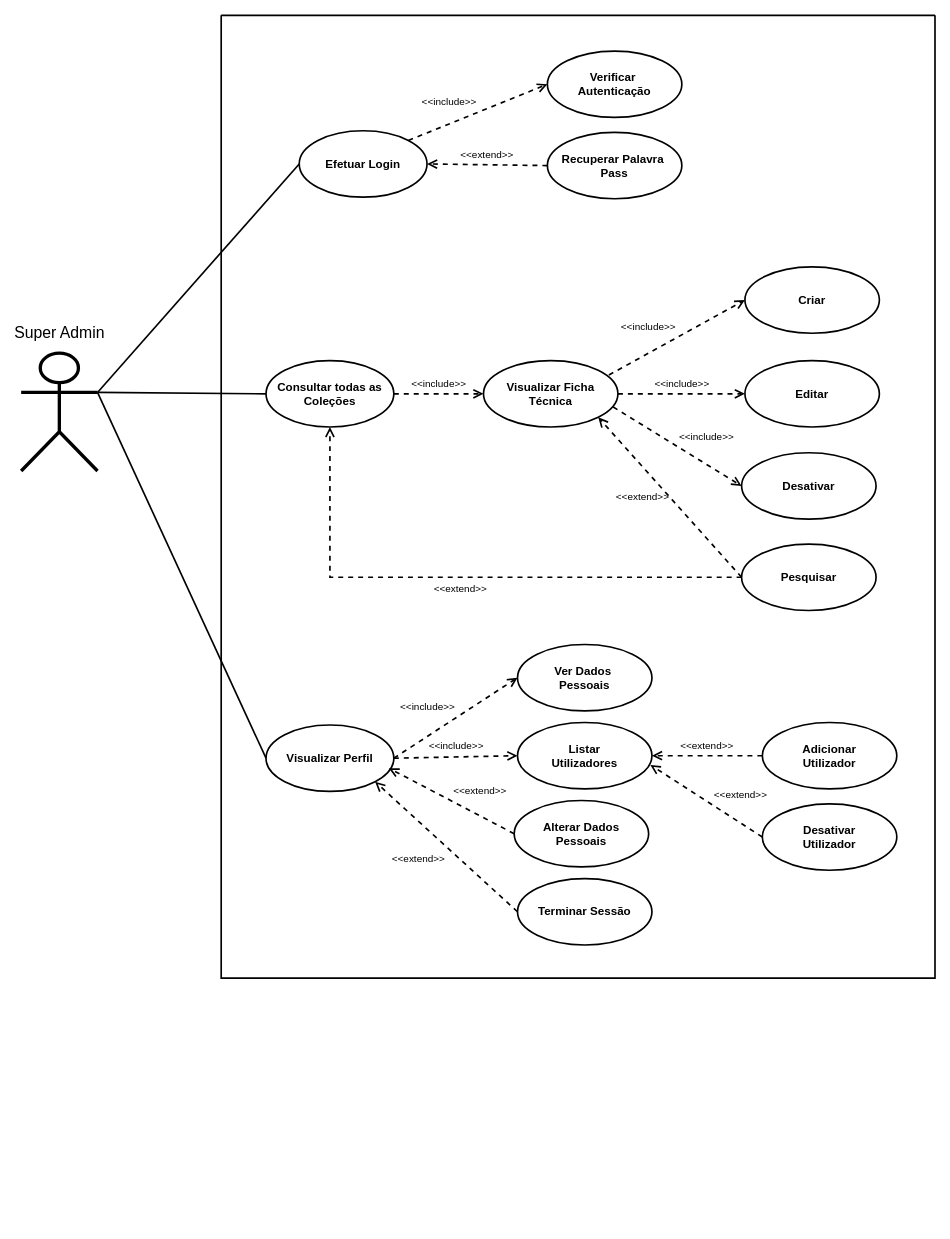
Above: EstirpesUseCases_SuperAdmin.drawio in CarvalhoDaStreet/Diagrams (draw.io), before the change. Source tidied: cells renumbered, new cells numbered last; positions are measured from the earlier drawing's top-left corner, leaving out a move shared by most shapes. Both pictures are drawn from the tidied source at 83%, with x=0, y=0 at pixel (21, 15).
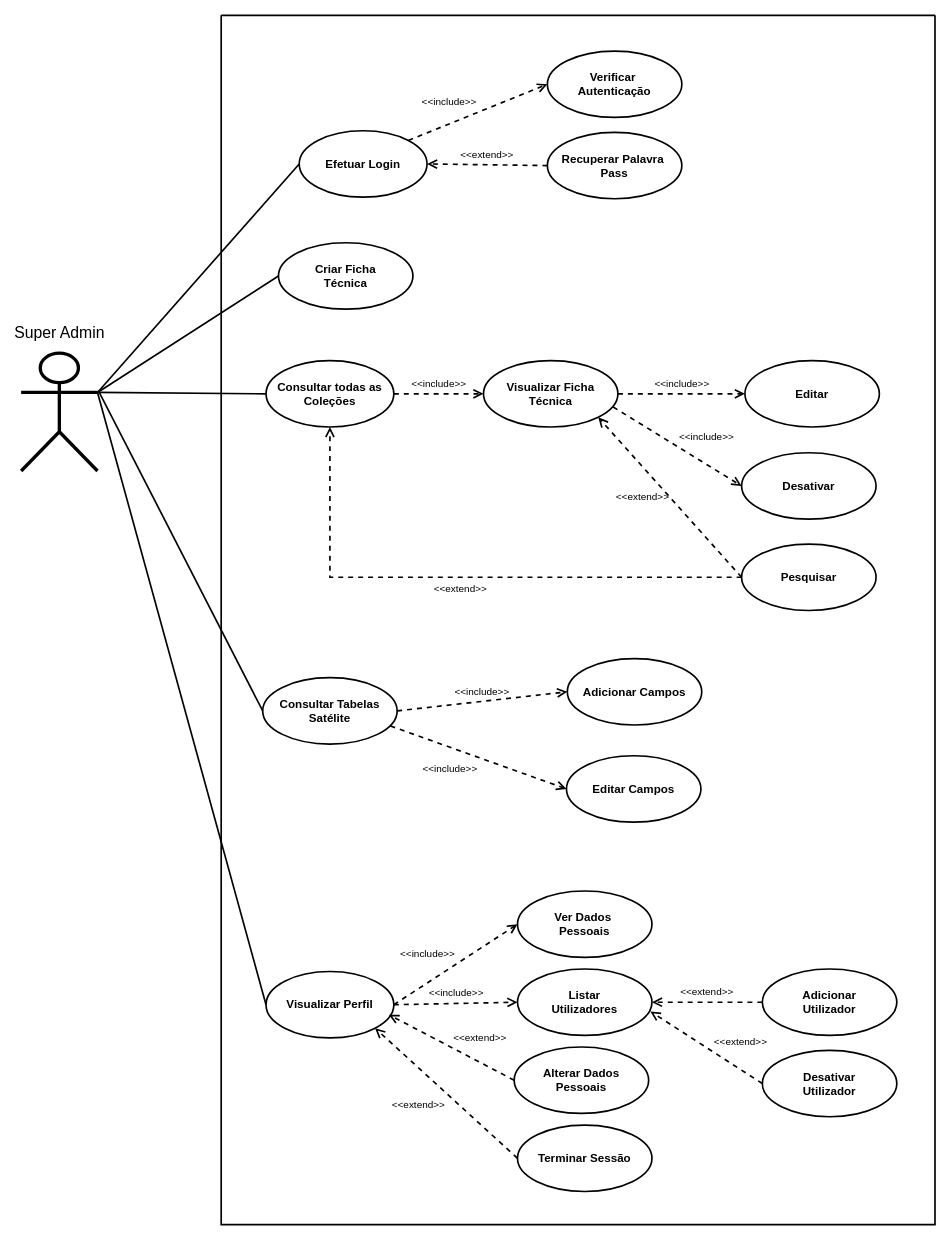
The same page after the edit.

Unchanged cells that the change refers to:
```xml
<mxCell id="28" value="&lt;div&gt;Visualizar Ficha&lt;/div&gt;&lt;div&gt;Técnica&lt;/div&gt;" style="ellipse;whiteSpace=wrap;html=1;fillColor=none;strokeWidth=2;fontSize=14;fontStyle=1;labelBackgroundColor=none;" parent="2" vertex="1">
  <mxGeometry x="316" y="416" width="162" height="80" as="geometry" />
</mxCell>
<mxCell id="33" value="Super Admin" style="shape=umlActor;verticalLabelPosition=top;verticalAlign=bottom;html=1;outlineConnect=0;strokeWidth=4;labelPosition=center;align=center;spacingTop=3;spacingBottom=4;fontSize=19;fontStyle=0;spacing=8;perimeterSpacing=0;labelBackgroundColor=none;labelBorderColor=none;fillColor=none;" parent="1" vertex="1">
  <mxGeometry y="407" width="92" height="142" as="geometry" />
</mxCell>
```

Change to the diagram source:
```diff
@@
     <mxCell id="2" style="swimlane;startSize=0;strokeWidth=2;rounded=1;swimlaneLine=0;fillColor=none;labelBackgroundColor=none;perimeterSpacing=2;" parent="1" vertex="1">
-      <mxGeometry x="241" width="860" height="1160" as="geometry" />
+      <mxGeometry x="241" width="860" height="1457" as="geometry" />
     </mxCell>
     <mxCell id="3" value="Visualizar Perfil" style="ellipse;whiteSpace=wrap;html=1;fillColor=none;strokeWidth=2;fontSize=14;fontStyle=1;labelBackgroundColor=none;" parent="2" vertex="1">
-      <mxGeometry x="54" y="855" width="154" height="80" as="geometry" />
+      <mxGeometry x="54" y="1152" width="154" height="80" as="geometry" />
     </mxCell>
     <mxCell id="4" value="Ver Dados&amp;nbsp;&lt;div&gt;Pessoais&lt;/div&gt;" style="ellipse;whiteSpace=wrap;html=1;fillColor=none;strokeWidth=2;fontSize=14;fontStyle=1;labelBackgroundColor=none;" parent="2" vertex="1">
-      <mxGeometry x="357" y="758" width="162" height="80" as="geometry" />
+      <mxGeometry x="357" y="1055" width="162" height="80" as="geometry" />
     </mxCell>
@@
     <mxCell id="6" value="Listar&lt;div&gt;Utilizadores&lt;/div&gt;" style="ellipse;whiteSpace=wrap;html=1;fillColor=none;strokeWidth=2;fontSize=14;fontStyle=1;labelBackgroundColor=none;" parent="2" vertex="1">
-      <mxGeometry x="357" y="852" width="162" height="80" as="geometry" />
+      <mxGeometry x="357" y="1149" width="162" height="80" as="geometry" />
     </mxCell>
@@
     <mxCell id="8" value="Alterar Dados&lt;div&gt;Pessoais&lt;/div&gt;" style="ellipse;whiteSpace=wrap;html=1;fillColor=none;strokeWidth=2;fontSize=14;fontStyle=1;labelBackgroundColor=none;" parent="2" vertex="1">
-      <mxGeometry x="353" y="946" width="162" height="80" as="geometry" />
+      <mxGeometry x="353" y="1243" width="162" height="80" as="geometry" />
     </mxCell>
@@
     <mxCell id="10" value="Terminar Sessão" style="ellipse;whiteSpace=wrap;html=1;fillColor=none;strokeWidth=2;fontSize=14;fontStyle=1;labelBackgroundColor=none;" parent="2" vertex="1">
-      <mxGeometry x="357" y="1040" width="162" height="80" as="geometry" />
+      <mxGeometry x="357" y="1337" width="162" height="80" as="geometry" />
     </mxCell>
@@
     <mxCell id="12" value="Adicionar&lt;div&gt;Utilizador&lt;/div&gt;" style="ellipse;whiteSpace=wrap;html=1;fillColor=none;strokeWidth=2;fontSize=14;fontStyle=1;labelBackgroundColor=none;" parent="2" vertex="1">
-      <mxGeometry x="652" y="852" width="162" height="80" as="geometry" />
+      <mxGeometry x="652" y="1149" width="162" height="80" as="geometry" />
     </mxCell>
@@
     <mxCell id="14" value="&lt;div&gt;Desativar&lt;/div&gt;&lt;div&gt;Utilizador&lt;br&gt;&lt;/div&gt;" style="ellipse;whiteSpace=wrap;html=1;fillColor=none;strokeWidth=2;fontSize=14;fontStyle=1;labelBackgroundColor=none;" parent="2" vertex="1">
-      <mxGeometry x="652" y="950" width="162" height="80" as="geometry" />
+      <mxGeometry x="652" y="1247" width="162" height="80" as="geometry" />
     </mxCell>
@@
-    <mxCell id="24" value="Criar" style="ellipse;whiteSpace=wrap;html=1;fillColor=none;strokeWidth=2;fontSize=14;fontStyle=1;labelBackgroundColor=none;" parent="2" vertex="1">
-      <mxGeometry x="631" y="303" width="162" height="80" as="geometry" />
-    </mxCell>
-    <mxCell id="25" value="&amp;lt;&amp;lt;include&amp;gt;&amp;gt;" style="endArrow=open;startArrow=none;endFill=0;startFill=0;endSize=8;html=1;verticalAlign=bottom;dashed=1;labelBackgroundColor=none;rounded=0;strokeWidth=2;fontColor=default;spacingBottom=3;labelPosition=left;verticalLabelPosition=top;align=right;exitX=0.933;exitY=0.216;exitDx=0;exitDy=0;entryX=0;entryY=0.5;entryDx=0;entryDy=0;fontSize=12;exitPerimeter=0;" parent="2" edge="1" source="28" target="24">
-      <mxGeometry relative="1" as="geometry" />
-    </mxCell>
@@
+    <mxCell id="37" value="Criar Ficha&lt;div&gt;Técnica&lt;/div&gt;" style="ellipse;whiteSpace=wrap;html=1;fillColor=none;strokeWidth=2;fontSize=14;fontStyle=1;labelBackgroundColor=none;" parent="2" vertex="1">
+      <mxGeometry x="69" y="274" width="162" height="80" as="geometry" />
+    </mxCell>
+    <mxCell id="38" value="&lt;div&gt;Consultar Tabelas&lt;/div&gt;&lt;div&gt;Satélite&lt;/div&gt;" style="ellipse;whiteSpace=wrap;html=1;fillColor=none;strokeWidth=2;fontSize=14;fontStyle=1;labelBackgroundColor=none;" parent="2" vertex="1">
+      <mxGeometry x="50" y="798" width="162" height="80" as="geometry" />
+    </mxCell>
+    <mxCell id="39" value="Adicionar Campos" style="ellipse;whiteSpace=wrap;html=1;fillColor=none;strokeWidth=2;fontSize=14;fontStyle=1;labelBackgroundColor=none;" parent="2" vertex="1">
+      <mxGeometry x="417" y="775" width="162" height="80" as="geometry" />
+    </mxCell>
+    <mxCell id="40" value="&amp;lt;&amp;lt;include&amp;gt;&amp;gt;" style="endArrow=open;startArrow=none;endFill=0;startFill=0;endSize=8;html=1;verticalAlign=bottom;dashed=1;labelBackgroundColor=none;rounded=0;strokeWidth=2;fontColor=default;spacingBottom=3;labelPosition=center;verticalLabelPosition=top;align=center;entryX=0;entryY=0.5;entryDx=0;entryDy=0;fontSize=12;exitX=1;exitY=0.5;exitDx=0;exitDy=0;" parent="2" edge="1" source="38" target="39">
+      <mxGeometry relative="1" as="geometry" />
+    </mxCell>
+    <mxCell id="41" value="Editar Campos" style="ellipse;whiteSpace=wrap;html=1;fillColor=none;strokeWidth=2;fontSize=14;fontStyle=1;labelBackgroundColor=none;" parent="2" vertex="1">
+      <mxGeometry x="416" y="892" width="162" height="80" as="geometry" />
+    </mxCell>
+    <mxCell id="42" value="&amp;lt;&amp;lt;include&amp;gt;&amp;gt;" style="endArrow=open;startArrow=none;endFill=0;startFill=0;endSize=8;html=1;verticalAlign=top;dashed=1;labelBackgroundColor=none;rounded=0;strokeWidth=2;fontColor=default;spacingBottom=3;labelPosition=left;verticalLabelPosition=bottom;align=right;entryX=0;entryY=0.5;entryDx=0;entryDy=0;fontSize=12;exitX=0.95;exitY=0.727;exitDx=0;exitDy=0;exitPerimeter=0;textDirection=ltr;" parent="2" edge="1" source="38" target="41">
+      <mxGeometry relative="1" as="geometry" />
+    </mxCell>
@@
+    <mxCell id="43" style="endArrow=none;html=1;rounded=0;exitX=1;exitY=0.3333333333333333;exitDx=0;exitDy=0;exitPerimeter=0;entryX=0;entryY=0.5;entryDx=0;entryDy=0;fontColor=default;strokeWidth=2;labelBackgroundColor=none;" parent="1" edge="1" source="33" target="37">
+      <mxGeometry relative="1" as="geometry" />
+    </mxCell>
+    <mxCell id="44" style="endArrow=none;html=1;rounded=0;fontColor=default;strokeWidth=2;labelBackgroundColor=none;entryX=0;entryY=0.5;entryDx=0;entryDy=0;" parent="1" edge="1" target="38">
+      <mxGeometry relative="1" as="geometry">
+        <mxPoint x="93" y="452" as="sourcePoint" />
+      </mxGeometry>
+    </mxCell>
```
